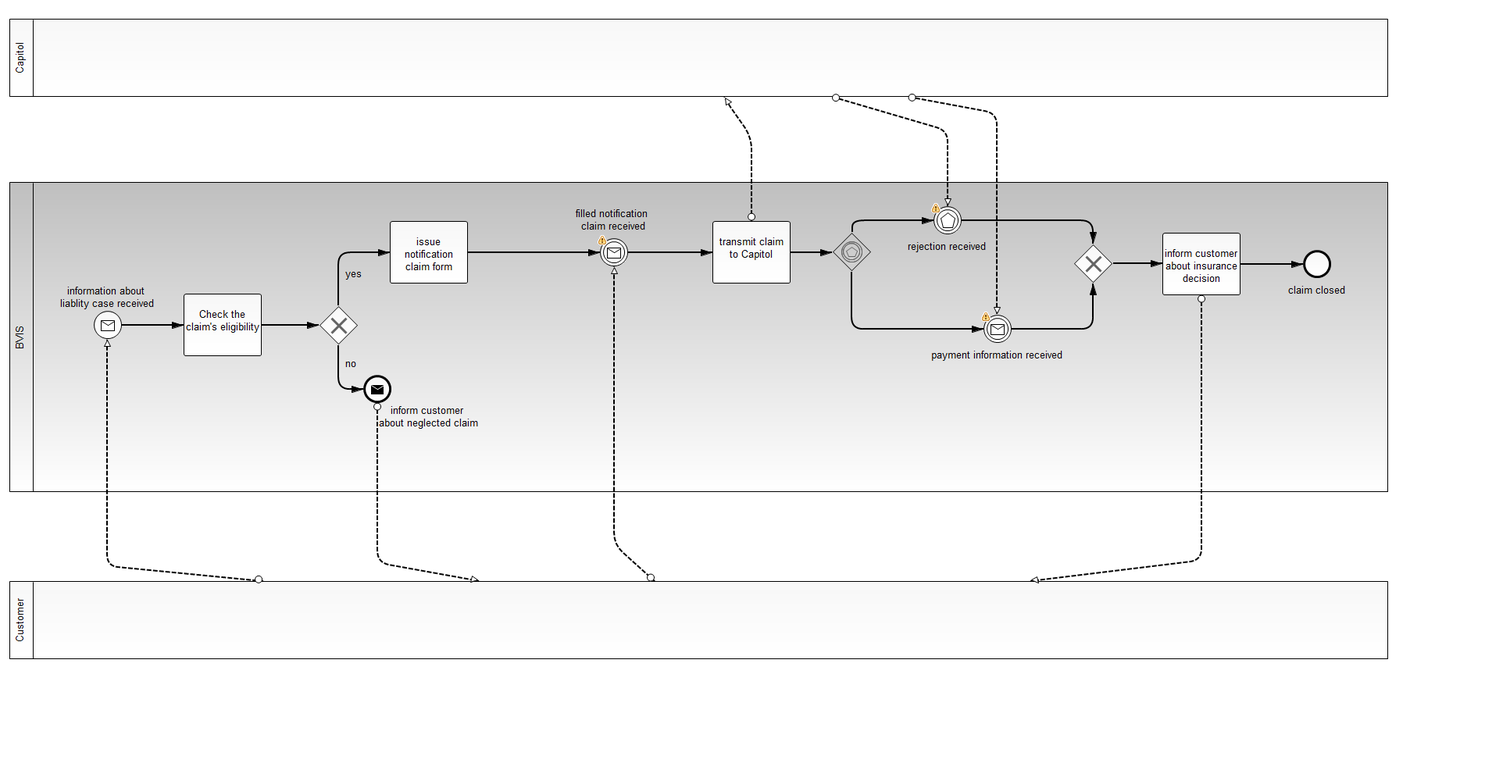
Earlier version of the BPMN export bvis/src/main/resources/liability-case-BVIS.png (larsbe/capitolNbvis). Its source is kept beside it as bvis/src/main/resources/liability-case-BVIS.bpmn. Ids are renumbered. Source of this version:
```xml
<bpmn2:definitions xmlns:xsi="http://www.w3.org/2001/XMLSchema-instance" xmlns:bpmn2="http://www.omg.org/spec/BPMN/20100524/MODEL" xmlns:bpmndi="http://www.omg.org/spec/BPMN/20100524/DI" xmlns:dc="http://www.omg.org/spec/DD/20100524/DC" xmlns:di="http://www.omg.org/spec/DD/20100524/DI" xsi:schemaLocation="http://www.omg.org/spec/BPMN/20100524/MODEL BPMN20.xsd" id="_OUsVcP-rEeS1Jb9DFFotRw" exporter="camunda modeler" exporterVersion="2.7.0" targetNamespace="http://activiti.org/bpmn">
  <bpmn2:collaboration id="_Collaboration_3">
    <bpmn2:participant id="_Participant_2" name="BVIS" processRef="Process_1"/>
    <bpmn2:participant id="Participant_1" name="Capitol"/>
    <bpmn2:participant id="Participant_2" name="Customer"/>
    <bpmn2:messageFlow id="MessageFlow_1" name="" sourceRef="Task_3" targetRef="Participant_1"/>
    <bpmn2:messageFlow id="MessageFlow_2" name="" sourceRef="Participant_1" targetRef="IntermediateCatchEvent_2"/>
    <bpmn2:messageFlow id="MessageFlow_3" name="" sourceRef="Participant_2" targetRef="StartEvent_1"/>
    <bpmn2:messageFlow id="MessageFlow_4" name="" sourceRef="EndEvent_1" targetRef="Participant_2"/>
    <bpmn2:messageFlow id="MessageFlow_5" name="" sourceRef="Participant_2" targetRef="IntermediateCatchEvent_1"/>
    <bpmn2:messageFlow id="MessageFlow_6" name="" sourceRef="Participant_1" targetRef="IntermediateCatchEvent_3"/>
    <bpmn2:messageFlow id="MessageFlow_7" name="" sourceRef="Task_4" targetRef="Participant_2"/>
  </bpmn2:collaboration>
  <bpmn2:process id="Process_1" isExecutable="false">
    <bpmn2:startEvent id="StartEvent_1" name="information about &#xD;&#xA;liablity case received">
      <bpmn2:outgoing>SequenceFlow_1</bpmn2:outgoing>
      <bpmn2:messageEventDefinition id="_MessageEventDefinition_8"/>
    </bpmn2:startEvent>
    <bpmn2:task id="Task_1" name="Check the claim's eligibility">
      <bpmn2:incoming>SequenceFlow_1</bpmn2:incoming>
      <bpmn2:outgoing>SequenceFlow_2</bpmn2:outgoing>
    </bpmn2:task>
    <bpmn2:sequenceFlow id="SequenceFlow_1" name="" sourceRef="StartEvent_1" targetRef="Task_1"/>
    <bpmn2:exclusiveGateway id="ExclusiveGateway_1">
      <bpmn2:incoming>SequenceFlow_2</bpmn2:incoming>
      <bpmn2:outgoing>SequenceFlow_3</bpmn2:outgoing>
      <bpmn2:outgoing>SequenceFlow_4</bpmn2:outgoing>
    </bpmn2:exclusiveGateway>
    <bpmn2:sequenceFlow id="SequenceFlow_2" name="" sourceRef="Task_1" targetRef="ExclusiveGateway_1"/>
    <bpmn2:endEvent id="EndEvent_1" name="inform customer &#xD;&#xA;about neglected claim">
      <bpmn2:incoming>SequenceFlow_3</bpmn2:incoming>
      <bpmn2:messageEventDefinition id="_MessageEventDefinition_4"/>
    </bpmn2:endEvent>
    <bpmn2:sequenceFlow id="SequenceFlow_3" name="no" sourceRef="ExclusiveGateway_1" targetRef="EndEvent_1"/>
    <bpmn2:task id="Task_2" name="issue notification claim form">
      <bpmn2:incoming>SequenceFlow_4</bpmn2:incoming>
      <bpmn2:outgoing>SequenceFlow_5</bpmn2:outgoing>
    </bpmn2:task>
    <bpmn2:sequenceFlow id="SequenceFlow_4" name="yes" sourceRef="ExclusiveGateway_1" targetRef="Task_2"/>
    <bpmn2:intermediateCatchEvent id="IntermediateCatchEvent_1" name="filled notification &#xD;&#xA;claim received">
      <bpmn2:incoming>SequenceFlow_5</bpmn2:incoming>
      <bpmn2:outgoing>SequenceFlow_6</bpmn2:outgoing>
      <bpmn2:messageEventDefinition id="_MessageEventDefinition_5"/>
    </bpmn2:intermediateCatchEvent>
    <bpmn2:sequenceFlow id="SequenceFlow_5" name="" sourceRef="Task_2" targetRef="IntermediateCatchEvent_1"/>
    <bpmn2:task id="Task_3" name="transmit claim to Capitol">
      <bpmn2:incoming>SequenceFlow_6</bpmn2:incoming>
      <bpmn2:outgoing>SequenceFlow_7</bpmn2:outgoing>
    </bpmn2:task>
    <bpmn2:sequenceFlow id="SequenceFlow_6" name="" sourceRef="IntermediateCatchEvent_1" targetRef="Task_3"/>
    <bpmn2:eventBasedGateway id="EventBasedGateway_1">
      <bpmn2:incoming>SequenceFlow_7</bpmn2:incoming>
      <bpmn2:outgoing>SequenceFlow_8</bpmn2:outgoing>
      <bpmn2:outgoing>SequenceFlow_9</bpmn2:outgoing>
    </bpmn2:eventBasedGateway>
    <bpmn2:sequenceFlow id="SequenceFlow_7" name="" sourceRef="Task_3" targetRef="EventBasedGateway_1"/>
    <bpmn2:intermediateCatchEvent id="IntermediateCatchEvent_2" name="rejection received">
      <bpmn2:incoming>SequenceFlow_8</bpmn2:incoming>
      <bpmn2:outgoing>SequenceFlow_11</bpmn2:outgoing>
      <bpmn2:messageEventDefinition id="_MessageEventDefinition_6"/>
      <bpmn2:messageEventDefinition id="MessageEventDefinition_1"/>
      <bpmn2:messageEventDefinition id="MessageEventDefinition_2"/>
    </bpmn2:intermediateCatchEvent>
    <bpmn2:sequenceFlow id="SequenceFlow_8" name="" sourceRef="EventBasedGateway_1" targetRef="IntermediateCatchEvent_2"/>
    <bpmn2:intermediateCatchEvent id="IntermediateCatchEvent_3" name="payment information received">
      <bpmn2:incoming>SequenceFlow_9</bpmn2:incoming>
      <bpmn2:outgoing>SequenceFlow_10</bpmn2:outgoing>
      <bpmn2:messageEventDefinition id="_MessageEventDefinition_7"/>
    </bpmn2:intermediateCatchEvent>
    <bpmn2:sequenceFlow id="SequenceFlow_9" name="" sourceRef="EventBasedGateway_1" targetRef="IntermediateCatchEvent_3"/>
    <bpmn2:exclusiveGateway id="ParallelGateway_1">
      <bpmn2:incoming>SequenceFlow_10</bpmn2:incoming>
      <bpmn2:incoming>SequenceFlow_11</bpmn2:incoming>
      <bpmn2:outgoing>SequenceFlow_12</bpmn2:outgoing>
    </bpmn2:exclusiveGateway>
    <bpmn2:sequenceFlow id="SequenceFlow_10" name="" sourceRef="IntermediateCatchEvent_3" targetRef="ParallelGateway_1"/>
    <bpmn2:sequenceFlow id="SequenceFlow_11" name="" sourceRef="IntermediateCatchEvent_2" targetRef="ParallelGateway_1"/>
    <bpmn2:task id="Task_4" name="inform customer about insurance decision">
      <bpmn2:incoming>SequenceFlow_12</bpmn2:incoming>
      <bpmn2:outgoing>SequenceFlow_13</bpmn2:outgoing>
    </bpmn2:task>
    <bpmn2:sequenceFlow id="SequenceFlow_12" name="" sourceRef="ParallelGateway_1" targetRef="Task_4"/>
    <bpmn2:endEvent id="EndEvent_2" name="claim closed">
      <bpmn2:incoming>SequenceFlow_13</bpmn2:incoming>
    </bpmn2:endEvent>
    <bpmn2:sequenceFlow id="SequenceFlow_13" name="" sourceRef="Task_4" targetRef="EndEvent_2"/>
  </bpmn2:process>
  <bpmndi:BPMNDiagram id="BPMNDiagram_1">
    <bpmndi:BPMNPlane id="BPMNPlane_1" bpmnElement="_Collaboration_3">
      <bpmndi:BPMNShape id="_BPMNShape_Participant_4" bpmnElement="_Participant_2" isHorizontal="true">
        <dc:Bounds height="397.0" width="1765.0" x="12.0" y="233.0"/>
      </bpmndi:BPMNShape>
      <bpmndi:BPMNShape id="_BPMNShape_StartEvent_4" bpmnElement="StartEvent_1">
        <dc:Bounds height="36.0" width="36.0" x="120.0" y="398.0"/>
        <bpmndi:BPMNLabel>
          <dc:Bounds height="38.0" width="126.0" x="75.0" y="362.0"/>
        </bpmndi:BPMNLabel>
      </bpmndi:BPMNShape>
      <bpmndi:BPMNShape id="_BPMNShape_Task_4" bpmnElement="Task_1">
        <dc:Bounds height="80.0" width="100.0" x="235.0" y="376.0"/>
      </bpmndi:BPMNShape>
      <bpmndi:BPMNEdge id="BPMNEdge_SequenceFlow_1" bpmnElement="SequenceFlow_1" sourceElement="_BPMNShape_StartEvent_4" targetElement="_BPMNShape_Task_4">
        <di:waypoint xsi:type="dc:Point" x="156.0" y="416.0"/>
        <di:waypoint xsi:type="dc:Point" x="235.0" y="416.0"/>
        <bpmndi:BPMNLabel>
          <dc:Bounds height="6.0" width="6.0" x="189.0" y="416.0"/>
        </bpmndi:BPMNLabel>
      </bpmndi:BPMNEdge>
      <bpmndi:BPMNShape id="_BPMNShape_ExclusiveGateway_4" bpmnElement="ExclusiveGateway_1" isMarkerVisible="true">
        <dc:Bounds height="50.0" width="50.0" x="408.0" y="391.0"/>
        <bpmndi:BPMNLabel>
          <dc:Bounds height="0.0" width="0.0" x="433.0" y="446.0"/>
        </bpmndi:BPMNLabel>
      </bpmndi:BPMNShape>
      <bpmndi:BPMNEdge id="BPMNEdge_SequenceFlow_2" bpmnElement="SequenceFlow_2" sourceElement="_BPMNShape_Task_4" targetElement="_BPMNShape_ExclusiveGateway_4">
        <di:waypoint xsi:type="dc:Point" x="335.0" y="416.0"/>
        <di:waypoint xsi:type="dc:Point" x="408.0" y="416.0"/>
        <bpmndi:BPMNLabel>
          <dc:Bounds height="6.0" width="6.0" x="369.0" y="416.0"/>
        </bpmndi:BPMNLabel>
      </bpmndi:BPMNEdge>
      <bpmndi:BPMNShape id="_BPMNShape_EndEvent_5" bpmnElement="EndEvent_1">
        <dc:Bounds height="36.0" width="36.0" x="465.0" y="480.0"/>
        <bpmndi:BPMNLabel>
          <dc:Bounds height="38.0" width="133.0" x="483.0" y="515.0"/>
        </bpmndi:BPMNLabel>
      </bpmndi:BPMNShape>
      <bpmndi:BPMNEdge id="BPMNEdge_SequenceFlow_3" bpmnElement="SequenceFlow_3" sourceElement="_BPMNShape_ExclusiveGateway_4" targetElement="_BPMNShape_EndEvent_5">
        <di:waypoint xsi:type="dc:Point" x="433.0" y="441.0"/>
        <di:waypoint xsi:type="dc:Point" x="433.0" y="498.0"/>
        <di:waypoint xsi:type="dc:Point" x="465.0" y="498.0"/>
        <bpmndi:BPMNLabel>
          <dc:Bounds height="22.0" width="20.0" x="440.0" y="455.0"/>
        </bpmndi:BPMNLabel>
      </bpmndi:BPMNEdge>
      <bpmndi:BPMNShape id="_BPMNShape_Task_5" bpmnElement="Task_2">
        <dc:Bounds height="80.0" width="100.0" x="499.0" y="283.0"/>
      </bpmndi:BPMNShape>
      <bpmndi:BPMNEdge id="BPMNEdge_SequenceFlow_4" bpmnElement="SequenceFlow_4" sourceElement="_BPMNShape_ExclusiveGateway_4" targetElement="_BPMNShape_Task_5">
        <di:waypoint xsi:type="dc:Point" x="433.0" y="391.0"/>
        <di:waypoint xsi:type="dc:Point" x="433.0" y="323.0"/>
        <di:waypoint xsi:type="dc:Point" x="499.0" y="323.0"/>
        <bpmndi:BPMNLabel>
          <dc:Bounds height="22.0" width="27.0" x="440.0" y="340.0"/>
        </bpmndi:BPMNLabel>
      </bpmndi:BPMNEdge>
      <bpmndi:BPMNShape id="_BPMNShape_IntermediateCatchEvent_3" bpmnElement="IntermediateCatchEvent_1">
        <dc:Bounds height="36.0" width="36.0" x="768.0" y="305.0"/>
        <bpmndi:BPMNLabel>
          <dc:Bounds height="38.0" width="112.0" x="730.0" y="263.0"/>
        </bpmndi:BPMNLabel>
      </bpmndi:BPMNShape>
      <bpmndi:BPMNEdge id="BPMNEdge_SequenceFlow_5" bpmnElement="SequenceFlow_5" sourceElement="_BPMNShape_Task_5" targetElement="_BPMNShape_IntermediateCatchEvent_3">
        <di:waypoint xsi:type="dc:Point" x="599.0" y="323.0"/>
        <di:waypoint xsi:type="dc:Point" x="768.0" y="323.0"/>
        <bpmndi:BPMNLabel>
          <dc:Bounds height="6.0" width="6.0" x="678.0" y="323.0"/>
        </bpmndi:BPMNLabel>
      </bpmndi:BPMNEdge>
      <bpmndi:BPMNShape id="_BPMNShape_Task_6" bpmnElement="Task_3">
        <dc:Bounds height="80.0" width="100.0" x="912.0" y="283.0"/>
      </bpmndi:BPMNShape>
      <bpmndi:BPMNEdge id="BPMNEdge_SequenceFlow_6" bpmnElement="SequenceFlow_6" sourceElement="_BPMNShape_IntermediateCatchEvent_3" targetElement="_BPMNShape_Task_6">
        <di:waypoint xsi:type="dc:Point" x="804.0" y="323.0"/>
        <di:waypoint xsi:type="dc:Point" x="912.0" y="323.0"/>
        <bpmndi:BPMNLabel>
          <dc:Bounds height="6.0" width="6.0" x="855.0" y="323.0"/>
        </bpmndi:BPMNLabel>
      </bpmndi:BPMNEdge>
      <bpmndi:BPMNShape id="_BPMNShape_EventBasedGateway_3" bpmnElement="EventBasedGateway_1">
        <dc:Bounds height="50.0" width="50.0" x="1065.0" y="297.0"/>
        <bpmndi:BPMNLabel>
          <dc:Bounds height="0.0" width="0.0" x="1090.0" y="352.0"/>
        </bpmndi:BPMNLabel>
      </bpmndi:BPMNShape>
      <bpmndi:BPMNEdge id="BPMNEdge_SequenceFlow_7" bpmnElement="SequenceFlow_7" sourceElement="_BPMNShape_Task_6" targetElement="_BPMNShape_EventBasedGateway_3">
        <di:waypoint xsi:type="dc:Point" x="1012.0" y="323.0"/>
        <di:waypoint xsi:type="dc:Point" x="1038.0" y="323.0"/>
        <di:waypoint xsi:type="dc:Point" x="1038.0" y="323.0"/>
        <di:waypoint xsi:type="dc:Point" x="1065.0" y="322.0"/>
        <bpmndi:BPMNLabel>
          <dc:Bounds height="6.0" width="6.0" x="1036.0" y="323.0"/>
        </bpmndi:BPMNLabel>
      </bpmndi:BPMNEdge>
      <bpmndi:BPMNShape id="_BPMNShape_IntermediateCatchEvent_4" bpmnElement="IntermediateCatchEvent_2">
        <dc:Bounds height="36.0" width="36.0" x="1195.0" y="264.0"/>
        <bpmndi:BPMNLabel>
          <dc:Bounds height="22.0" width="106.0" x="1160.0" y="305.0"/>
        </bpmndi:BPMNLabel>
      </bpmndi:BPMNShape>
      <bpmndi:BPMNEdge id="BPMNEdge_SequenceFlow_8" bpmnElement="SequenceFlow_8" sourceElement="_BPMNShape_EventBasedGateway_3" targetElement="_BPMNShape_IntermediateCatchEvent_4">
        <di:waypoint xsi:type="dc:Point" x="1091.0" y="297.0"/>
        <di:waypoint xsi:type="dc:Point" x="1091.0" y="282.0"/>
        <di:waypoint xsi:type="dc:Point" x="1155.0" y="282.0"/>
        <di:waypoint xsi:type="dc:Point" x="1195.0" y="282.0"/>
        <bpmndi:BPMNLabel>
          <dc:Bounds height="6.0" width="6.0" x="1133.0" y="282.0"/>
        </bpmndi:BPMNLabel>
      </bpmndi:BPMNEdge>
      <bpmndi:BPMNShape id="_BPMNShape_IntermediateCatchEvent_5" bpmnElement="IntermediateCatchEvent_3">
        <dc:Bounds height="36.0" width="36.0" x="1259.0" y="403.0"/>
        <bpmndi:BPMNLabel>
          <dc:Bounds height="22.0" width="174.0" x="1190.0" y="444.0"/>
        </bpmndi:BPMNLabel>
      </bpmndi:BPMNShape>
      <bpmndi:BPMNEdge id="BPMNEdge_SequenceFlow_9" bpmnElement="SequenceFlow_9" sourceElement="_BPMNShape_EventBasedGateway_3" targetElement="_BPMNShape_IntermediateCatchEvent_5">
        <di:waypoint xsi:type="dc:Point" x="1090.0" y="347.0"/>
        <di:waypoint xsi:type="dc:Point" x="1090.0" y="421.0"/>
        <di:waypoint xsi:type="dc:Point" x="1187.0" y="421.0"/>
        <di:waypoint xsi:type="dc:Point" x="1259.0" y="421.0"/>
        <bpmndi:BPMNLabel>
          <dc:Bounds height="6.0" width="6.0" x="1135.0" y="421.0"/>
        </bpmndi:BPMNLabel>
      </bpmndi:BPMNEdge>
      <bpmndi:BPMNShape id="_BPMNShape_ParallelGateway_2" bpmnElement="ParallelGateway_1" isMarkerVisible="true">
        <dc:Bounds height="50.0" width="50.0" x="1374.0" y="312.0"/>
        <bpmndi:BPMNLabel>
          <dc:Bounds height="0.0" width="0.0" x="1399.0" y="367.0"/>
        </bpmndi:BPMNLabel>
      </bpmndi:BPMNShape>
      <bpmndi:BPMNEdge id="BPMNEdge_SequenceFlow_10" bpmnElement="SequenceFlow_10" sourceElement="_BPMNShape_IntermediateCatchEvent_5" targetElement="_BPMNShape_ParallelGateway_2">
        <di:waypoint xsi:type="dc:Point" x="1295.0" y="421.0"/>
        <di:waypoint xsi:type="dc:Point" x="1334.0" y="421.0"/>
        <di:waypoint xsi:type="dc:Point" x="1399.0" y="421.0"/>
        <di:waypoint xsi:type="dc:Point" x="1399.0" y="362.0"/>
        <bpmndi:BPMNLabel>
          <dc:Bounds height="6.0" width="6.0" x="1373.0" y="421.0"/>
        </bpmndi:BPMNLabel>
      </bpmndi:BPMNEdge>
      <bpmndi:BPMNEdge id="BPMNEdge_SequenceFlow_11" bpmnElement="SequenceFlow_11" sourceElement="_BPMNShape_IntermediateCatchEvent_4" targetElement="_BPMNShape_ParallelGateway_2">
        <di:waypoint xsi:type="dc:Point" x="1231.0" y="282.0"/>
        <di:waypoint xsi:type="dc:Point" x="1302.0" y="282.0"/>
        <di:waypoint xsi:type="dc:Point" x="1399.0" y="282.0"/>
        <di:waypoint xsi:type="dc:Point" x="1399.0" y="312.0"/>
        <bpmndi:BPMNLabel>
          <dc:Bounds height="6.0" width="6.0" x="1327.0" y="282.0"/>
        </bpmndi:BPMNLabel>
      </bpmndi:BPMNEdge>
      <bpmndi:BPMNShape id="_BPMNShape_Task_7" bpmnElement="Task_4">
        <dc:Bounds height="80.0" width="100.0" x="1488.0" y="298.0"/>
      </bpmndi:BPMNShape>
      <bpmndi:BPMNEdge id="BPMNEdge_SequenceFlow_12" bpmnElement="SequenceFlow_12" sourceElement="_BPMNShape_ParallelGateway_2" targetElement="_BPMNShape_Task_7">
        <di:waypoint xsi:type="dc:Point" x="1424.0" y="337.0"/>
        <di:waypoint xsi:type="dc:Point" x="1439.0" y="337.0"/>
        <di:waypoint xsi:type="dc:Point" x="1488.0" y="337.0"/>
        <bpmndi:BPMNLabel>
          <dc:Bounds height="6.0" width="6.0" x="1439.0" y="337.0"/>
        </bpmndi:BPMNLabel>
      </bpmndi:BPMNEdge>
      <bpmndi:BPMNShape id="_BPMNShape_EndEvent_6" bpmnElement="EndEvent_2">
        <dc:Bounds height="36.0" width="36.0" x="1668.0" y="320.0"/>
        <bpmndi:BPMNLabel>
          <dc:Bounds height="22.0" width="79.0" x="1647.0" y="361.0"/>
        </bpmndi:BPMNLabel>
      </bpmndi:BPMNShape>
      <bpmndi:BPMNEdge id="BPMNEdge_SequenceFlow_13" bpmnElement="SequenceFlow_13" sourceElement="_BPMNShape_Task_7" targetElement="_BPMNShape_EndEvent_6">
        <di:waypoint xsi:type="dc:Point" x="1588.0" y="338.0"/>
        <di:waypoint xsi:type="dc:Point" x="1668.0" y="338.0"/>
        <bpmndi:BPMNLabel>
          <dc:Bounds height="6.0" width="6.0" x="1624.0" y="338.0"/>
        </bpmndi:BPMNLabel>
      </bpmndi:BPMNEdge>
      <bpmndi:BPMNShape id="_BPMNShape_Participant_5" bpmnElement="Participant_1" isHorizontal="true">
        <dc:Bounds height="100.0" width="1765.0" x="12.0" y="24.0"/>
      </bpmndi:BPMNShape>
      <bpmndi:BPMNEdge id="BPMNEdge_MessageFlow_1" bpmnElement="MessageFlow_1" sourceElement="_BPMNShape_Task_6" targetElement="_BPMNShape_Participant_5">
        <di:waypoint xsi:type="dc:Point" x="962.0" y="283.0"/>
        <di:waypoint xsi:type="dc:Point" x="962.0" y="177.0"/>
        <di:waypoint xsi:type="dc:Point" x="927.0" y="124.0"/>
        <bpmndi:BPMNLabel>
          <dc:Bounds height="6.0" width="6.0" x="959.0" y="196.0"/>
        </bpmndi:BPMNLabel>
      </bpmndi:BPMNEdge>
      <bpmndi:BPMNEdge id="BPMNEdge_MessageFlow_2" bpmnElement="MessageFlow_2" sourceElement="_BPMNShape_Participant_5" targetElement="_BPMNShape_IntermediateCatchEvent_4">
        <di:waypoint xsi:type="dc:Point" x="1066.0" y="124.0"/>
        <di:waypoint xsi:type="dc:Point" x="1213.0" y="167.0"/>
        <di:waypoint xsi:type="dc:Point" x="1213.0" y="264.0"/>
        <bpmndi:BPMNLabel>
          <dc:Bounds height="6.0" width="6.0" x="1210.0" y="217.0"/>
        </bpmndi:BPMNLabel>
      </bpmndi:BPMNEdge>
      <bpmndi:BPMNShape id="_BPMNShape_Participant_7" bpmnElement="Participant_2" isHorizontal="true">
        <dc:Bounds height="100.0" width="1765.0" x="12.0" y="744.0"/>
      </bpmndi:BPMNShape>
      <bpmndi:BPMNEdge id="BPMNEdge_MessageFlow_3" bpmnElement="MessageFlow_3" sourceElement="_BPMNShape_Participant_7" targetElement="_BPMNShape_StartEvent_4">
        <di:waypoint xsi:type="dc:Point" x="345.0" y="744.0"/>
        <di:waypoint xsi:type="dc:Point" x="137.0" y="725.0"/>
        <di:waypoint xsi:type="dc:Point" x="138.0" y="434.0"/>
        <bpmndi:BPMNLabel>
          <dc:Bounds height="6.0" width="6.0" x="315.0" y="506.0"/>
        </bpmndi:BPMNLabel>
      </bpmndi:BPMNEdge>
      <bpmndi:BPMNEdge id="BPMNEdge_MessageFlow_4" bpmnElement="MessageFlow_4" sourceElement="_BPMNShape_EndEvent_5" targetElement="_BPMNShape_Participant_7">
        <di:waypoint xsi:type="dc:Point" x="483.0" y="516.0"/>
        <di:waypoint xsi:type="dc:Point" x="483.0" y="720.0"/>
        <di:waypoint xsi:type="dc:Point" x="616.0" y="744.0"/>
        <bpmndi:BPMNLabel>
          <dc:Bounds height="6.0" width="6.0" x="594.0" y="741.0"/>
        </bpmndi:BPMNLabel>
      </bpmndi:BPMNEdge>
      <bpmndi:BPMNEdge id="BPMNEdge_MessageFlow_5" bpmnElement="MessageFlow_5" sourceElement="_BPMNShape_Participant_7" targetElement="_BPMNShape_IntermediateCatchEvent_3">
        <di:waypoint xsi:type="dc:Point" x="838.0" y="744.0"/>
        <di:waypoint xsi:type="dc:Point" x="786.0" y="697.0"/>
        <di:waypoint xsi:type="dc:Point" x="786.0" y="341.0"/>
        <bpmndi:BPMNLabel>
          <dc:Bounds height="6.0" width="6.0" x="783.0" y="511.0"/>
        </bpmndi:BPMNLabel>
      </bpmndi:BPMNEdge>
      <bpmndi:BPMNEdge id="BPMNEdge_MessageFlow_6" bpmnElement="MessageFlow_6" sourceElement="_BPMNShape_Participant_5" targetElement="_BPMNShape_IntermediateCatchEvent_5">
        <di:waypoint xsi:type="dc:Point" x="1163.0" y="124.0"/>
        <di:waypoint xsi:type="dc:Point" x="1276.0" y="145.0"/>
        <di:waypoint xsi:type="dc:Point" x="1277.0" y="403.0"/>
        <bpmndi:BPMNLabel>
          <dc:Bounds height="6.0" width="6.0" x="1274.0" y="362.0"/>
        </bpmndi:BPMNLabel>
      </bpmndi:BPMNEdge>
      <bpmndi:BPMNEdge id="BPMNEdge_MessageFlow_7" bpmnElement="MessageFlow_7" sourceElement="_BPMNShape_Task_7" targetElement="_BPMNShape_Participant_7">
        <di:waypoint xsi:type="dc:Point" x="1538.0" y="378.0"/>
        <di:waypoint xsi:type="dc:Point" x="1538.0" y="717.0"/>
        <di:waypoint xsi:type="dc:Point" x="1312.0" y="744.0"/>
        <bpmndi:BPMNLabel>
          <dc:Bounds height="6.0" width="6.0" x="1370.0" y="737.0"/>
        </bpmndi:BPMNLabel>
      </bpmndi:BPMNEdge>
    </bpmndi:BPMNPlane>
  </bpmndi:BPMNDiagram>
</bpmn2:definitions>
```
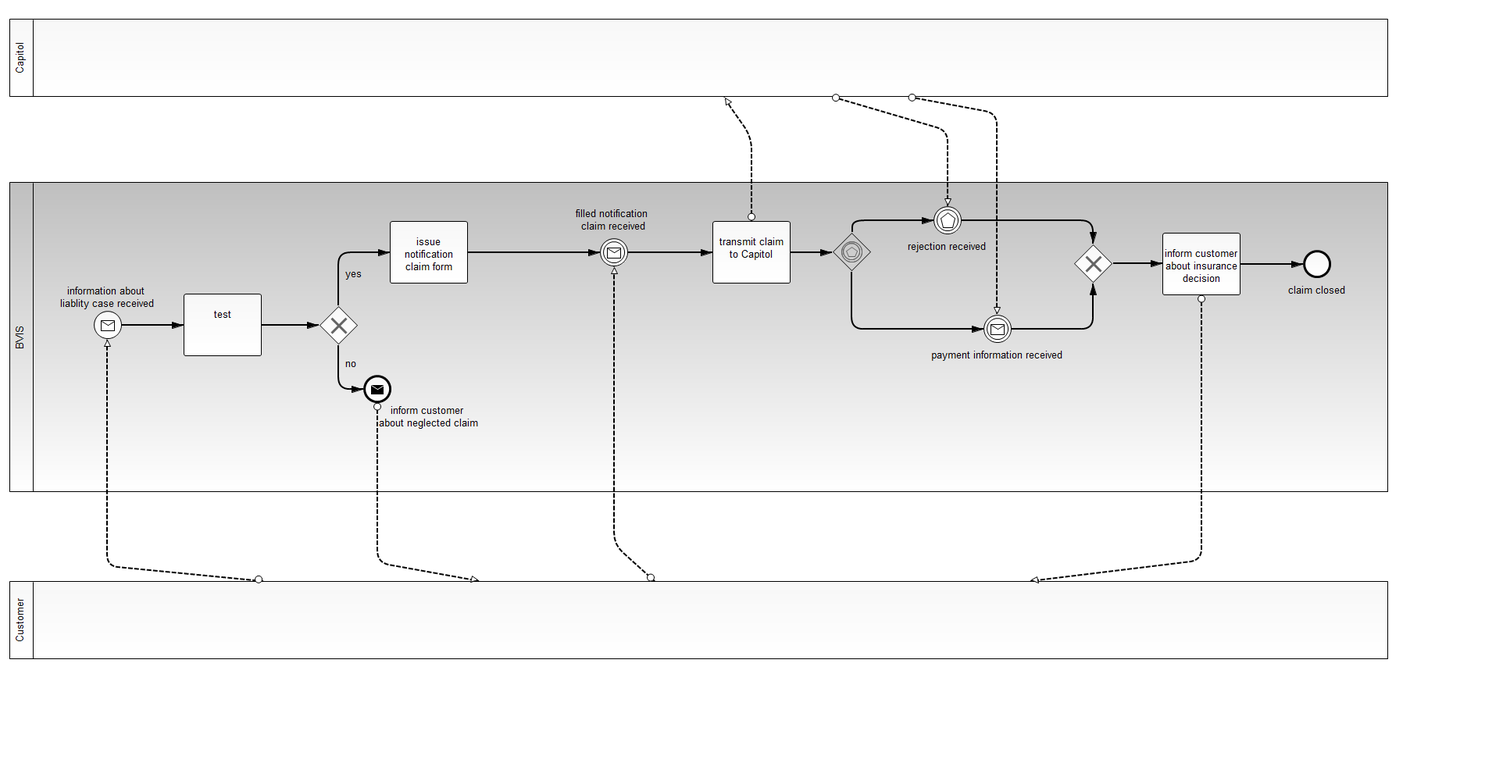
After the commit.

What changed in the source:
```diff
@@ -16,7 +16,7 @@
       <bpmn2:outgoing>SequenceFlow_1</bpmn2:outgoing>
       <bpmn2:messageEventDefinition id="_MessageEventDefinition_8"/>
     </bpmn2:startEvent>
-    <bpmn2:task id="Task_1" name="Check the claim's eligibility">
+    <bpmn2:task id="Task_1" name="test">
       <bpmn2:incoming>SequenceFlow_1</bpmn2:incoming>
       <bpmn2:outgoing>SequenceFlow_2</bpmn2:outgoing>
     </bpmn2:task>
```
